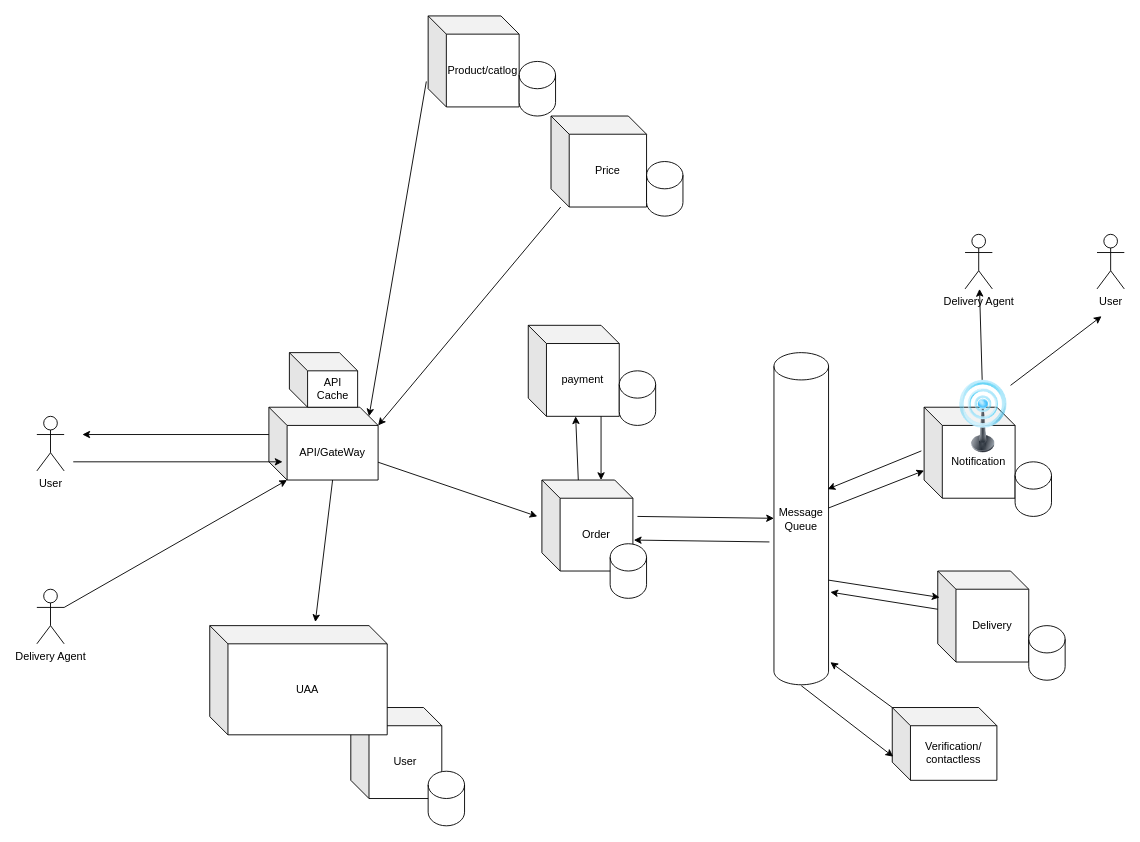
This is page "‘Leave at my premises’" (2 of 2) of Untitled Diagram.drawio from prai-git/upload, a draw.io file, before an edit. Source tidied: cells renumbered, new cells numbered last; positions are measured from the earlier drawing's top-left corner, leaving out a move shared by most shapes. Both pictures are drawn from the tidied source at 91%, with x=0, y=0 at pixel (36, 15).
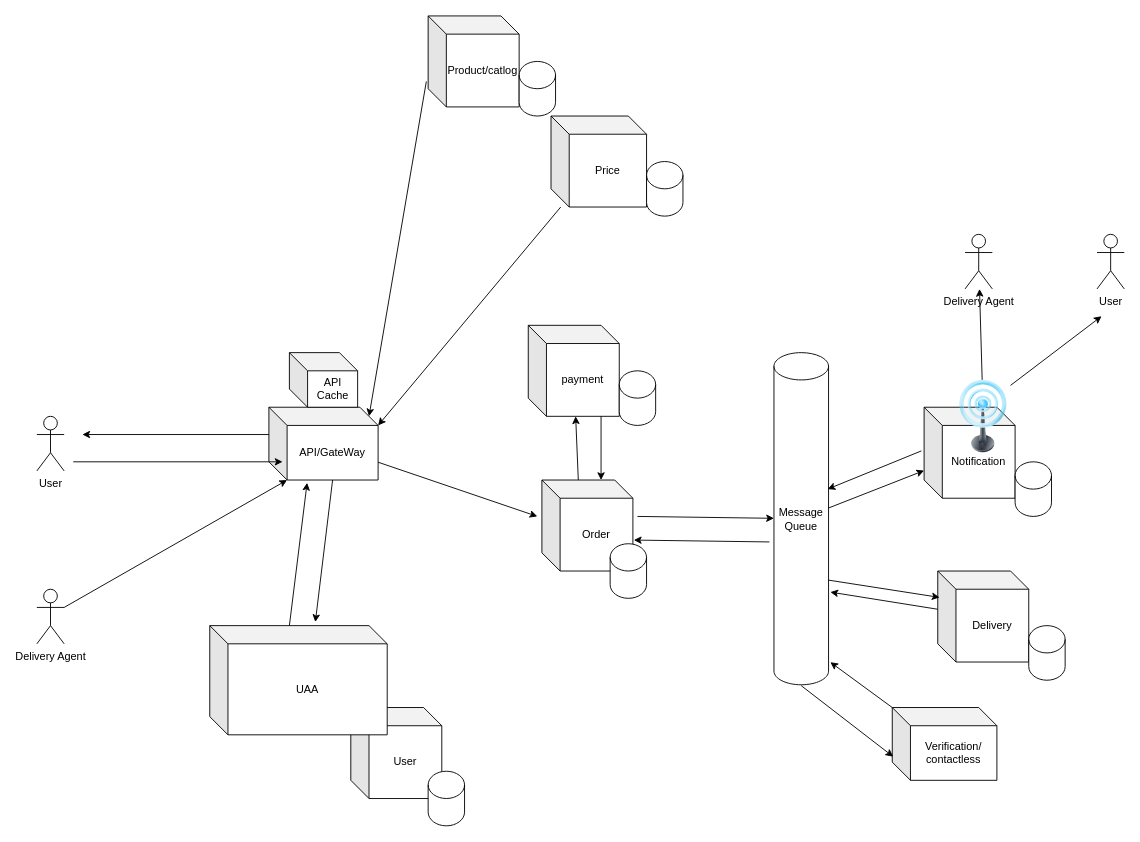
After the change.

Unchanged cells that the change refers to:
```xml
<mxCell id="13" value="API/GateWay" style="shape=cube;whiteSpace=wrap;html=1;boundedLbl=1;backgroundOutline=1;darkOpacity=0.05;darkOpacity2=0.1;" parent="1" vertex="1">
  <mxGeometry x="255" y="430" width="120" height="80" as="geometry" />
</mxCell>
<mxCell id="31" value="UAA" style="shape=cube;whiteSpace=wrap;html=1;boundedLbl=1;backgroundOutline=1;darkOpacity=0.05;darkOpacity2=0.1;" parent="1" vertex="1">
  <mxGeometry x="190" y="670" width="195" height="120" as="geometry" />
</mxCell>
```

Change to the diagram source:
```diff
@@
+    <mxCell id="45" style="endArrow=classic;html=1;exitX=0;exitY=0;exitDx=87.5;exitDy=0;exitPerimeter=0;entryX=0.35;entryY=1.038;entryDx=0;entryDy=0;entryPerimeter=0;" parent="1" edge="1" source="31" target="13">
+      <mxGeometry relative="1" as="geometry" />
+    </mxCell>
```
